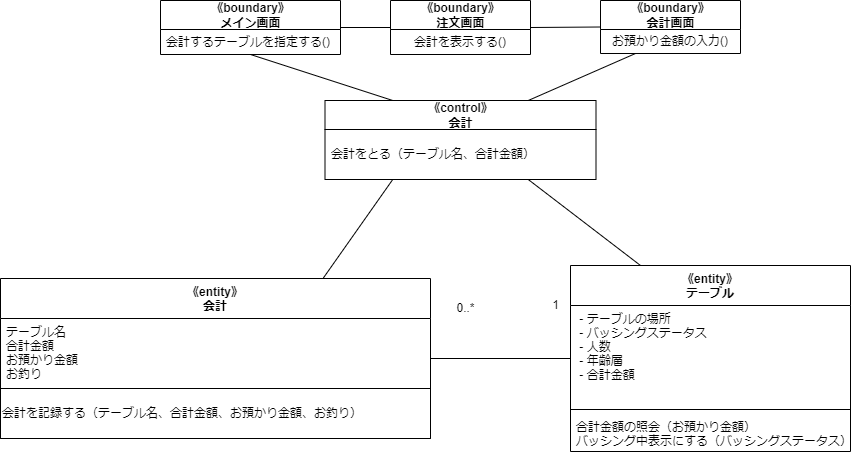
This is psp4/分析モデルのクラス図/分析モデルクラス図_会計.drawio.png from MasakiHiguchi/---, a draw.io export, as it was before one commit. Source tidied: cells renumbered, new cells last; positions are measured from the earlier drawing's top-left corner, leaving out a move shared by most shapes.
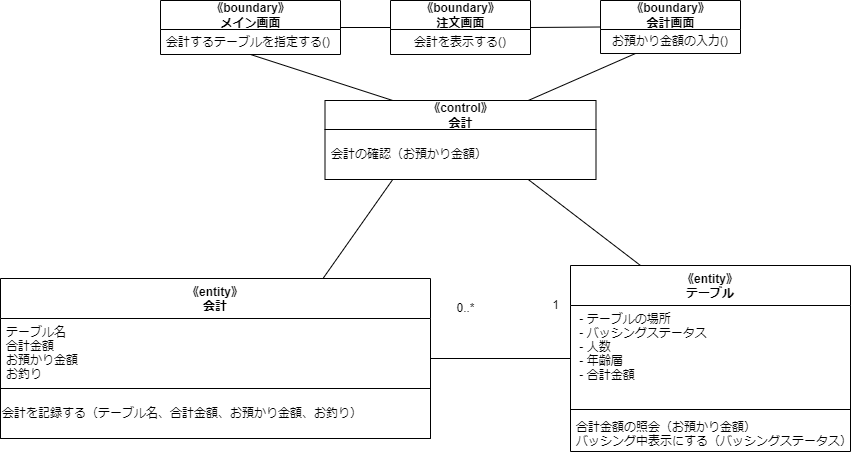
Later version of the same file.

Change to the diagram source:
```diff
@@ -29,7 +29,7 @@
     <mxCell id="10" value="《control》&lt;br&gt;会計" style="swimlane;fontStyle=1;align=center;verticalAlign=middle;horizontal=1;startSize=29;html=1;" parent="1" vertex="1">
       <mxGeometry x="324.5" y="100" width="271" height="79" as="geometry" />
     </mxCell>
-    <mxCell id="11" value="会計をとる（テーブル名、合計金額）" style="text;html=1;strokeColor=none;fillColor=none;align=left;verticalAlign=middle;spacingLeft=4;spacingRight=4;overflow=hidden;" parent="10" vertex="1">
+    <mxCell id="11" value="会計の確認（お預かり金額）" style="text;html=1;strokeColor=none;fillColor=none;align=left;verticalAlign=middle;spacingLeft=4;spacingRight=4;overflow=hidden;" parent="10" vertex="1">
       <mxGeometry y="29" width="271" height="50" as="geometry" />
     </mxCell>
     <mxCell id="12" style="edgeStyle=none;html=1;exitX=0.75;exitY=0;exitDx=0;exitDy=0;entryX=0.25;entryY=1;entryDx=0;entryDy=0;endArrow=none;endFill=0;" parent="1" edge="1" source="13" target="10">
```
